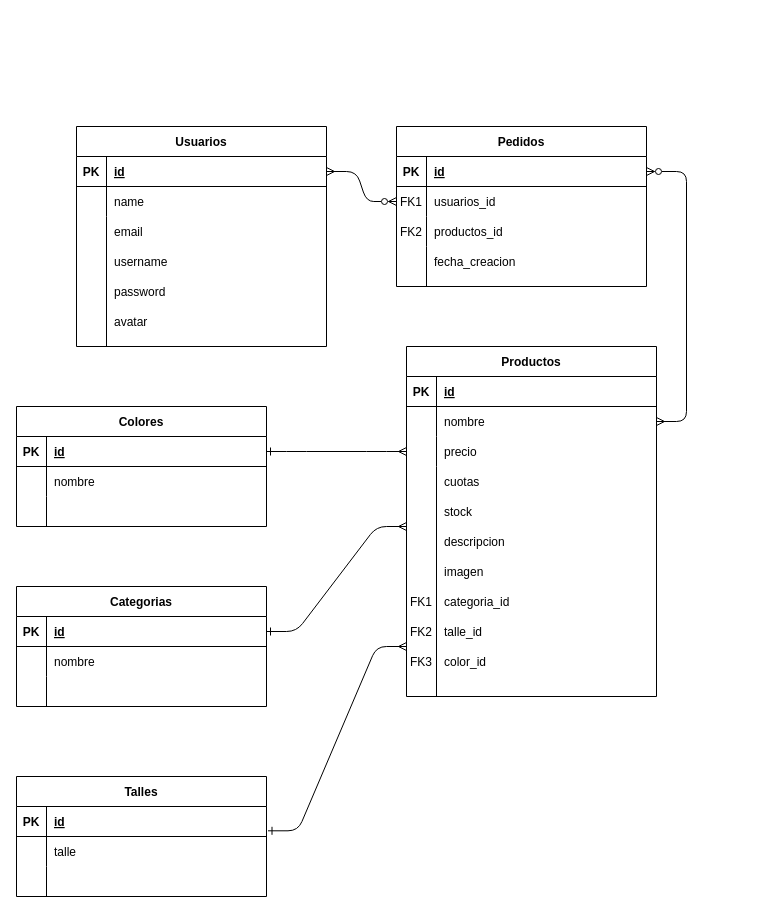
This is db_diagrama/bullcrie diagrama.drawio from MicaPupparo/grupo_3_Bullcrie, a draw.io file, before an edit. Source tidied: cells renumbered, new cells numbered last; positions are measured from the earlier drawing's top-left corner, leaving out a move shared by most shapes. Both pictures are drawn from the tidied source at 100%, with x=0, y=0 at pixel (16, 126).
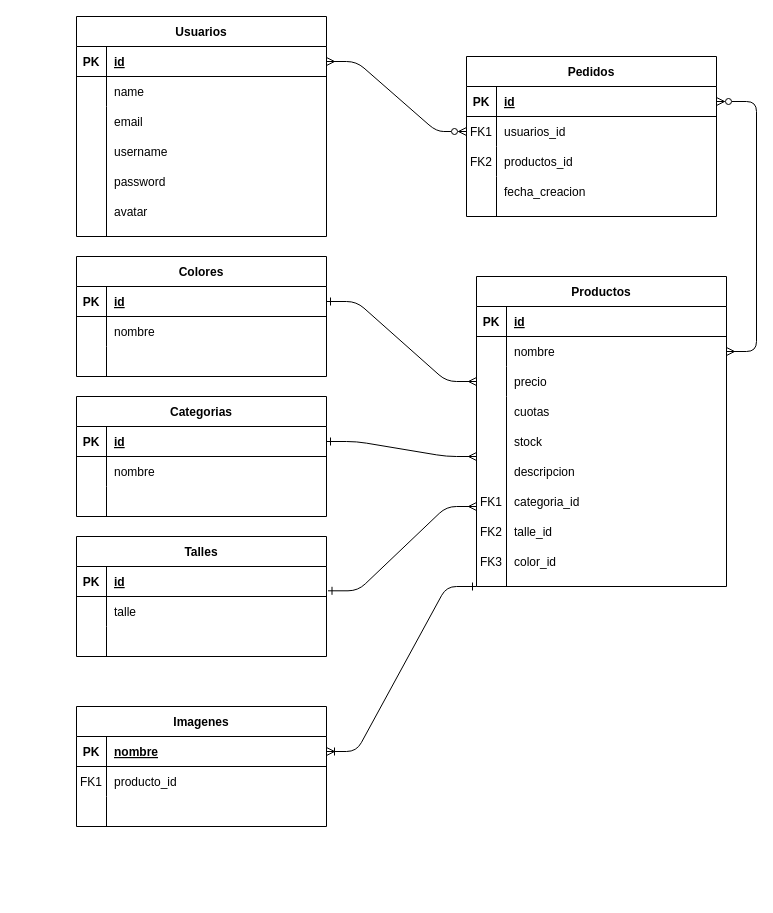
Above is the later version.

Commit message (it also covers changes not shown here):
agregue tabla imagenes, actualice tabla productos y complete el rellenado

Unchanged cells that the change refers to:
```xml
<mxCell id="55" style="shape=partialRectangle;fillColor=none;points=[[0,0.5],[1,0.5]];portConstraint=eastwest;top=0;left=0;right=0;bottom=1;" parent="54" vertex="1">
  <mxGeometry y="30" width="250" height="30" as="geometry" />
</mxCell>
<mxCell id="65" style="shape=partialRectangle;fillColor=none;points=[[0,0.5],[1,0.5]];portConstraint=eastwest;top=0;left=0;right=0;bottom=1;" parent="64" vertex="1">
  <mxGeometry y="30" width="250" height="30" as="geometry" />
</mxCell>
```

The edit, as a diff of the source:
```diff
@@
     <mxCell id="4" value="Pedidos" style="shape=table;startSize=30;childLayout=tableLayout;rowLines=0;fontStyle=1;align=center;" parent="1" vertex="1">
-      <mxGeometry x="380" width="250" height="160" as="geometry" />
+      <mxGeometry x="450" y="-70" width="250" height="160" as="geometry" />
     </mxCell>
@@
     <mxCell id="14" value="Productos" style="shape=table;startSize=30;childLayout=tableLayout;rowLines=0;fontStyle=1;align=center;" parent="1" vertex="1">
-      <mxGeometry x="390" y="220" width="250" height="350" as="geometry" />
+      <mxGeometry x="460" y="150" width="250" height="310" as="geometry" />
     </mxCell>
@@
     <mxCell id="24" value="Usuarios" style="shape=table;startSize=30;childLayout=tableLayout;rowLines=0;fontStyle=1;align=center;" parent="1" vertex="1">
-      <mxGeometry x="60" width="250" height="220" as="geometry" />
+      <mxGeometry x="60" y="-110" width="250" height="220" as="geometry" />
     </mxCell>
@@
     <mxCell id="31" value="email" style="shape=partialRectangle;overflow=hidden;fillColor=none;top=0;left=0;bottom=0;right=0;align=left;spacingLeft=6;" parent="1" vertex="1">
-      <mxGeometry x="90" y="90" width="220" height="30" as="geometry" />
+      <mxGeometry x="90" y="-20" width="220" height="30" as="geometry" />
     </mxCell>
     <mxCell id="32" value="username" style="shape=partialRectangle;overflow=hidden;fillColor=none;top=0;left=0;bottom=0;right=0;align=left;spacingLeft=6;" parent="1" vertex="1">
-      <mxGeometry x="90" y="120" width="220" height="30" as="geometry" />
+      <mxGeometry x="90" y="10" width="220" height="30" as="geometry" />
     </mxCell>
     <mxCell id="33" value="password" style="shape=partialRectangle;overflow=hidden;fillColor=none;top=0;left=0;bottom=0;right=0;align=left;spacingLeft=6;" parent="1" vertex="1">
-      <mxGeometry x="90" y="150" width="220" height="30" as="geometry" />
+      <mxGeometry x="90" y="40" width="220" height="30" as="geometry" />
     </mxCell>
     <mxCell id="34" value="avatar" style="shape=partialRectangle;overflow=hidden;fillColor=none;top=0;left=0;bottom=0;right=0;align=left;spacingLeft=6;" parent="1" vertex="1">
-      <mxGeometry x="90" y="180" width="220" height="30" as="geometry" />
+      <mxGeometry x="90" y="70" width="220" height="30" as="geometry" />
     </mxCell>
     <mxCell id="35" value="cuotas" style="shape=partialRectangle;overflow=hidden;fillColor=none;top=0;left=0;bottom=0;right=0;align=left;spacingLeft=6;" parent="1" vertex="1">
-      <mxGeometry x="420" y="340" width="220" height="30" as="geometry" />
+      <mxGeometry x="490" y="270" width="220" height="30" as="geometry" />
     </mxCell>
     <mxCell id="36" value="color_id" style="shape=partialRectangle;overflow=hidden;fillColor=none;top=0;left=0;bottom=0;right=0;align=left;spacingLeft=6;" parent="1" vertex="1">
-      <mxGeometry x="420" y="520" width="220" height="30" as="geometry" />
+      <mxGeometry x="490" y="420" width="220" height="30" as="geometry" />
     </mxCell>
     <mxCell id="37" value="stock" style="shape=partialRectangle;overflow=hidden;fillColor=none;top=0;left=0;bottom=0;right=0;align=left;spacingLeft=6;" parent="1" vertex="1">
-      <mxGeometry x="420" y="370" width="220" height="30" as="geometry" />
+      <mxGeometry x="490" y="300" width="220" height="30" as="geometry" />
     </mxCell>
     <mxCell id="38" value="descripcion" style="shape=partialRectangle;overflow=hidden;fillColor=none;top=0;left=0;bottom=0;right=0;align=left;spacingLeft=6;" parent="1" vertex="1">
-      <mxGeometry x="420" y="400" width="220" height="30" as="geometry" />
+      <mxGeometry x="490" y="330" width="220" height="30" as="geometry" />
     </mxCell>
     <mxCell id="39" value="categoria_id" style="shape=partialRectangle;overflow=hidden;fillColor=none;top=0;left=0;bottom=0;right=0;align=left;spacingLeft=6;" parent="1" vertex="1">
-      <mxGeometry x="420" y="460" width="220" height="30" as="geometry" />
+      <mxGeometry x="490" y="360" width="220" height="30" as="geometry" />
     </mxCell>
-    <mxCell id="40" value="imagen" style="shape=partialRectangle;overflow=hidden;fillColor=none;top=0;left=0;bottom=0;right=0;align=left;spacingLeft=6;" parent="1" vertex="1">
-      <mxGeometry x="420" y="430" width="220" height="30" as="geometry" />
-    </mxCell>
     <mxCell id="41" value="FK2" style="shape=partialRectangle;overflow=hidden;fillColor=none;top=0;left=0;bottom=0;right=0;" parent="1" vertex="1">
-      <mxGeometry x="380" y="90" width="30" height="30" as="geometry" />
+      <mxGeometry x="450" y="20" width="30" height="30" as="geometry" />
     </mxCell>
     <mxCell id="42" value="fecha_creacion" style="shape=partialRectangle;overflow=hidden;fillColor=none;top=0;left=0;bottom=0;right=0;align=left;spacingLeft=6;" parent="1" vertex="1">
-      <mxGeometry x="410" y="120" width="220" height="30" as="geometry" />
+      <mxGeometry x="480" y="50" width="220" height="30" as="geometry" />
     </mxCell>
     <mxCell id="43" value="talle_id" style="shape=partialRectangle;overflow=hidden;fillColor=none;top=0;left=0;bottom=0;right=0;align=left;spacingLeft=6;" parent="1" vertex="1">
-      <mxGeometry x="420" y="490" width="220" height="30" as="geometry" />
+      <mxGeometry x="490" y="390" width="220" height="30" as="geometry" />
     </mxCell>
     <mxCell id="44" value="Colores" style="shape=table;startSize=30;childLayout=tableLayout;rowLines=0;fontStyle=1;align=center;" parent="1" vertex="1">
-      <mxGeometry y="280" width="250" height="120" as="geometry" />
+      <mxGeometry x="60" y="130" width="250" height="120" as="geometry" />
     </mxCell>
@@
     <mxCell id="54" value="Categorias" style="shape=table;startSize=30;childLayout=tableLayout;rowLines=0;fontStyle=1;align=center;" parent="1" vertex="1">
-      <mxGeometry y="460" width="250" height="120" as="geometry" />
+      <mxGeometry x="60" y="270" width="250" height="120" as="geometry" />
     </mxCell>
@@
     <mxCell id="64" value="Talles" style="shape=table;startSize=30;childLayout=tableLayout;rowLines=0;fontStyle=1;align=center;" parent="1" vertex="1">
-      <mxGeometry y="650" width="250" height="120" as="geometry" />
+      <mxGeometry x="60" y="410" width="250" height="120" as="geometry" />
     </mxCell>
@@
     <mxCell id="75" style="edgeStyle=entityRelationEdgeStyle;endArrow=ERmany;startArrow=ERone;endFill=0;startFill=0;exitX=1;exitY=0.5;exitDx=0;exitDy=0;" parent="1" edge="1" source="55">
       <mxGeometry relative="1" as="geometry">
-        <mxPoint x="390" y="400" as="targetPoint" />
+        <mxPoint x="460" y="330" as="targetPoint" />
       </mxGeometry>
     </mxCell>
     <mxCell id="76" style="edgeStyle=entityRelationEdgeStyle;endArrow=ERmany;startArrow=ERone;endFill=0;startFill=0;exitX=1.006;exitY=0.81;exitDx=0;exitDy=0;exitPerimeter=0;" parent="1" edge="1" source="65">
       <mxGeometry relative="1" as="geometry">
-        <mxPoint x="390" y="520" as="targetPoint" />
+        <mxPoint x="460" y="380" as="targetPoint" />
       </mxGeometry>
     </mxCell>
     <mxCell id="77" value="FK1" style="shape=partialRectangle;overflow=hidden;fillColor=none;top=0;left=0;bottom=0;right=0;" parent="1" vertex="1">
-      <mxGeometry x="390" y="460" width="30" height="30" as="geometry" />
+      <mxGeometry x="460" y="360" width="30" height="30" as="geometry" />
     </mxCell>
     <mxCell id="78" value="FK2" style="shape=partialRectangle;overflow=hidden;fillColor=none;top=0;left=0;bottom=0;right=0;" parent="1" vertex="1">
-      <mxGeometry x="390" y="490" width="30" height="30" as="geometry" />
+      <mxGeometry x="460" y="390" width="30" height="30" as="geometry" />
     </mxCell>
     <mxCell id="79" value="FK3" style="shape=partialRectangle;overflow=hidden;fillColor=none;top=0;left=0;bottom=0;right=0;" parent="1" vertex="1">
-      <mxGeometry x="390" y="520" width="30" height="30" as="geometry" />
+      <mxGeometry x="460" y="420" width="30" height="30" as="geometry" />
     </mxCell>
     <mxCell id="80" style="endArrow=none;html=1;rounded=0;" parent="1" edge="1">
       <mxGeometry relative="1" as="geometry">
-        <mxPoint x="90" y="220" as="sourcePoint" />
-        <mxPoint x="90" y="90" as="targetPoint" />
+        <mxPoint x="90" y="110" as="sourcePoint" />
+        <mxPoint x="90" y="-20" as="targetPoint" />
       </mxGeometry>
     </mxCell>
     <mxCell id="81" style="endArrow=none;html=1;rounded=0;" parent="1" edge="1">
       <mxGeometry relative="1" as="geometry">
-        <mxPoint x="410" y="160" as="sourcePoint" />
-        <mxPoint x="410" y="120" as="targetPoint" />
+        <mxPoint x="480" y="90" as="sourcePoint" />
+        <mxPoint x="480" y="50" as="targetPoint" />
       </mxGeometry>
     </mxCell>
     <mxCell id="82" style="endArrow=none;html=1;rounded=0;" parent="1" edge="1">
       <mxGeometry relative="1" as="geometry">
-        <mxPoint x="420" y="570" as="sourcePoint" />
-        <mxPoint x="420" y="340" as="targetPoint" />
+        <mxPoint x="490" y="460" as="sourcePoint" />
+        <mxPoint x="490" y="270" as="targetPoint" />
       </mxGeometry>
     </mxCell>
+    <mxCell id="83" value="Imagenes" style="shape=table;startSize=30;childLayout=tableLayout;rowLines=0;fontStyle=1;align=center;" parent="1" vertex="1">
+      <mxGeometry x="60" y="580" width="250" height="120" as="geometry" />
+    </mxCell>
+    <mxCell id="84" style="shape=partialRectangle;fillColor=none;points=[[0,0.5],[1,0.5]];portConstraint=eastwest;top=0;left=0;right=0;bottom=1;" parent="83" vertex="1">
+      <mxGeometry y="30" width="250" height="30" as="geometry" />
+    </mxCell>
+    <mxCell id="85" value="PK" style="shape=partialRectangle;overflow=hidden;fillColor=none;top=0;left=0;bottom=0;right=0;fontStyle=1;" parent="84" vertex="1">
+      <mxGeometry width="30" height="30" as="geometry" />
+    </mxCell>
+    <mxCell id="86" value="nombre" style="shape=partialRectangle;overflow=hidden;fillColor=none;top=0;left=0;bottom=0;right=0;align=left;spacingLeft=6;fontStyle=5;" parent="84" vertex="1">
+      <mxGeometry x="30" width="220" height="30" as="geometry" />
+    </mxCell>
+    <mxCell id="87" style="shape=partialRectangle;fillColor=none;top=0;left=0;right=0;bottom=0;" parent="83" vertex="1">
+      <mxGeometry y="60" width="250" height="30" as="geometry" />
+    </mxCell>
+    <mxCell id="88" style="shape=partialRectangle;overflow=hidden;fillColor=none;top=0;left=0;bottom=0;right=0;" parent="87" vertex="1">
+      <mxGeometry width="30" height="30" as="geometry" />
+    </mxCell>
+    <mxCell id="89" value="producto_id" style="shape=partialRectangle;overflow=hidden;fillColor=none;top=0;left=0;bottom=0;right=0;align=left;spacingLeft=6;" parent="87" vertex="1">
+      <mxGeometry x="30" width="220" height="30" as="geometry" />
+    </mxCell>
+    <mxCell id="90" style="shape=partialRectangle;fillColor=none;top=0;left=0;right=0;bottom=0;" parent="83" vertex="1">
+      <mxGeometry y="90" width="250" height="30" as="geometry" />
+    </mxCell>
+    <mxCell id="91" style="shape=partialRectangle;overflow=hidden;fillColor=none;top=0;left=0;bottom=0;right=0;" parent="90" vertex="1">
+      <mxGeometry width="30" height="30" as="geometry" />
+    </mxCell>
+    <mxCell id="92" style="shape=partialRectangle;overflow=hidden;fillColor=none;top=0;left=0;bottom=0;right=0;align=left;spacingLeft=6;" parent="90" vertex="1">
+      <mxGeometry x="30" width="220" height="30" as="geometry" />
+    </mxCell>
+    <mxCell id="93" value="FK1" style="shape=partialRectangle;overflow=hidden;fillColor=none;top=0;left=0;bottom=0;right=0;" parent="1" vertex="1">
+      <mxGeometry x="60" y="640" width="30" height="30" as="geometry" />
+    </mxCell>
+    <mxCell id="94" style="edgeStyle=entityRelationEdgeStyle;endArrow=ERone;startArrow=ERoneToMany;endFill=0;startFill=0;exitX=1;exitY=0.5;exitDx=0;exitDy=0;entryX=0;entryY=1;entryDx=0;entryDy=0;" parent="1" edge="1" source="84" target="14">
+      <mxGeometry relative="1" as="geometry" />
+    </mxCell>
```
